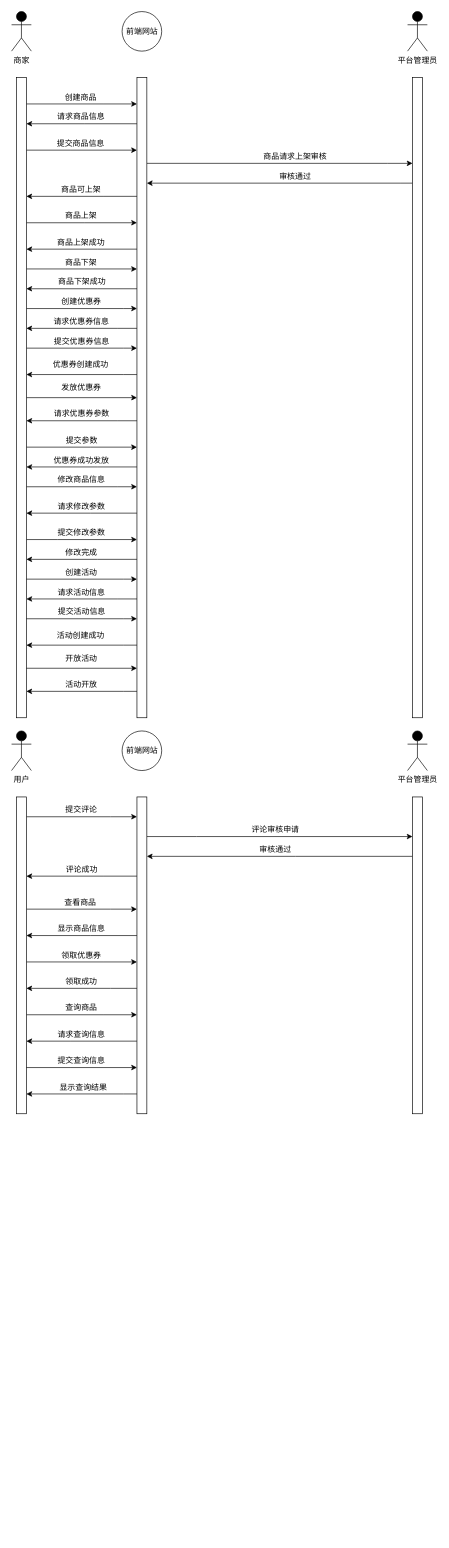
Before: 软工导论小组作业/动态模型.drawio in app1echip/grams, a draw.io diagram. Source tidied: cells renumbered, new cells numbered last; positions are measured from the earlier drawing's top-left corner, leaving out a move shared by most shapes. Both pictures are drawn from the tidied source at 66%, with x=0, y=0 at pixel (11, 11).
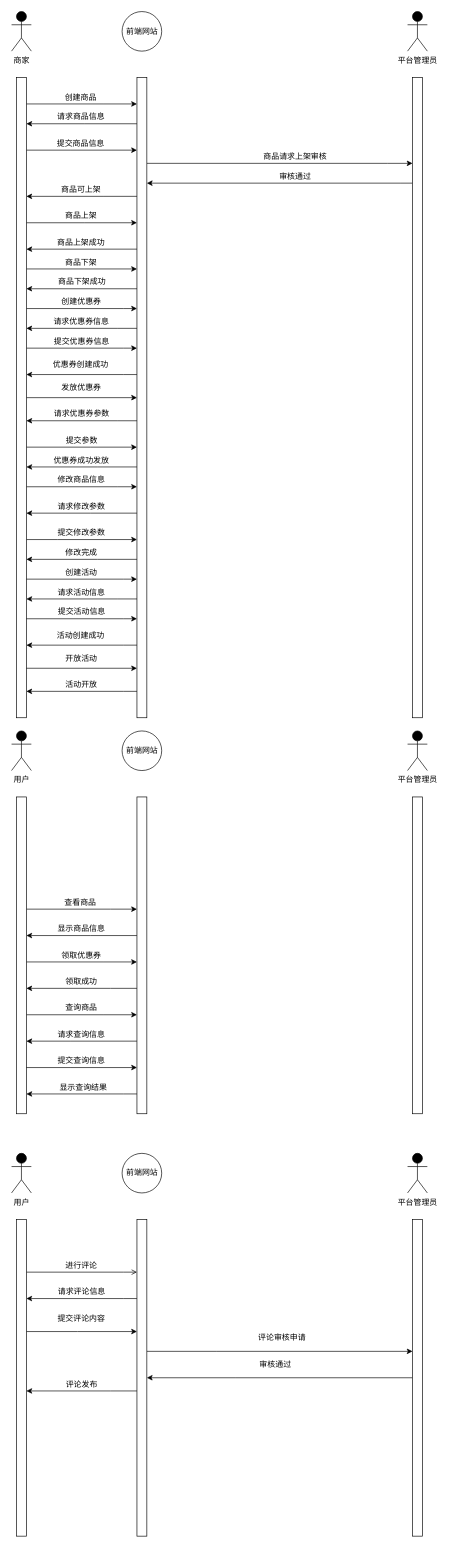
After the change.

Unchanged cells that the change refers to:
```xml
<mxCell id="22" style="rounded=0;whiteSpace=wrap;html=1;" parent="1" vertex="1">
  <mxGeometry x="7.5" y="1190" width="15" height="480" as="geometry" />
</mxCell>
<mxCell id="57" style="rounded=0;whiteSpace=wrap;html=1;" parent="1" vertex="1">
  <mxGeometry x="607.5" y="1190" width="15" height="480" as="geometry" />
</mxCell>
<mxCell id="65" style="rounded=0;whiteSpace=wrap;html=1;" parent="1" vertex="1">
  <mxGeometry x="190" y="1190" width="15" height="480" as="geometry" />
</mxCell>
```

The edit, as a diff of the source:
```diff
@@
-    <mxCell id="18" style="edgeStyle=orthogonalEdgeStyle;rounded=0;jettySize=auto;html=1;" parent="1" edge="1" source="22" target="65">
-      <mxGeometry relative="1" as="geometry">
-        <Array as="points">
-          <mxPoint x="150" y="1220" />
-          <mxPoint x="150" y="1220" />
-        </Array>
-      </mxGeometry>
-    </mxCell>
@@
-    <mxCell id="56" style="edgeStyle=orthogonalEdgeStyle;rounded=0;jettySize=auto;html=1;" parent="1" edge="1" source="57" target="65">
-      <mxGeometry relative="1" as="geometry">
-        <Array as="points">
-          <mxPoint x="430" y="1280" />
-          <mxPoint x="430" y="1280" />
-        </Array>
-      </mxGeometry>
-    </mxCell>
@@
-    <mxCell id="58" style="edgeStyle=orthogonalEdgeStyle;rounded=0;jettySize=auto;html=1;" parent="1" edge="1" source="65" target="57">
-      <mxGeometry relative="1" as="geometry">
-        <Array as="points">
-          <mxPoint x="280" y="1250" />
-          <mxPoint x="280" y="1250" />
-        </Array>
-      </mxGeometry>
-    </mxCell>
-    <mxCell id="59" style="edgeStyle=orthogonalEdgeStyle;rounded=0;jettySize=auto;html=1;" parent="1" edge="1" source="65" target="22">
-      <mxGeometry relative="1" as="geometry">
-        <Array as="points">
-          <mxPoint x="140" y="1310" />
-          <mxPoint x="140" y="1310" />
-        </Array>
-      </mxGeometry>
-    </mxCell>
@@
-    <mxCell id="66" value="提交评论" style="text;html=1;strokeColor=none;fillColor=none;align=center;verticalAlign=middle;whiteSpace=wrap;rounded=0;" parent="1" vertex="1">
-      <mxGeometry x="74.2" y="1200" width="64" height="20" as="geometry" />
-    </mxCell>
-    <mxCell id="67" value="评论审核申请" style="text;html=1;strokeColor=none;fillColor=none;align=center;verticalAlign=middle;whiteSpace=wrap;rounded=0;" parent="1" vertex="1">
-      <mxGeometry x="360" y="1230" width="80" height="20" as="geometry" />
-    </mxCell>
-    <mxCell id="68" value="审核通过" style="text;html=1;strokeColor=none;fillColor=none;align=center;verticalAlign=middle;whiteSpace=wrap;rounded=0;" parent="1" vertex="1">
-      <mxGeometry x="370" y="1260" width="60" height="20" as="geometry" />
-    </mxCell>
-    <mxCell id="69" value="评论成功" style="text;html=1;strokeColor=none;fillColor=none;align=center;verticalAlign=middle;whiteSpace=wrap;rounded=0;" parent="1" vertex="1">
-      <mxGeometry x="78.8" y="1290" width="55" height="20" as="geometry" />
-    </mxCell>
@@
+    <mxCell id="94" style="edgeStyle=orthogonalEdgeStyle;rounded=0;jettySize=auto;html=1;" parent="1" edge="1" source="97" target="105">
+      <mxGeometry relative="1" as="geometry">
+        <Array as="points">
+          <mxPoint x="100" y="2000" />
+          <mxPoint x="100" y="2000" />
+        </Array>
+      </mxGeometry>
+    </mxCell>
+    <mxCell id="95" style="edgeStyle=orthogonalEdgeStyle;rounded=0;jettySize=auto;html=1;startArrow=classic;startFill=1;endArrow=none;endFill=0;" parent="1" edge="1" source="97" target="105">
+      <mxGeometry relative="1" as="geometry">
+        <Array as="points">
+          <mxPoint x="170" y="1950" />
+          <mxPoint x="170" y="1950" />
+        </Array>
+      </mxGeometry>
+    </mxCell>
+    <mxCell id="96" style="edgeStyle=orthogonalEdgeStyle;rounded=0;jettySize=auto;html=1;startArrow=none;startFill=0;endArrow=open;endFill=0;" parent="1" edge="1" source="97" target="105">
+      <mxGeometry relative="1" as="geometry">
+        <Array as="points">
+          <mxPoint x="170" y="1910" />
+          <mxPoint x="170" y="1910" />
+        </Array>
+      </mxGeometry>
+    </mxCell>
+    <mxCell id="97" style="rounded=0;whiteSpace=wrap;html=1;" parent="1" vertex="1">
+      <mxGeometry x="7.5" y="1830" width="15" height="480" as="geometry" />
+    </mxCell>
+    <mxCell id="98" value="用户" style="shape=umlActor;verticalLabelPosition=bottom;verticalAlign=top;html=1;fillColor=#000000;" parent="1" vertex="1">
+      <mxGeometry y="1730" width="30" height="60" as="geometry" />
+    </mxCell>
+    <mxCell id="99" value="平台管理员" style="shape=umlActor;verticalLabelPosition=bottom;verticalAlign=top;html=1;fillColor=#000000;" parent="1" vertex="1">
+      <mxGeometry x="600" y="1730" width="30" height="60" as="geometry" />
+    </mxCell>
+    <mxCell id="100" value="前端网站" style="ellipse;whiteSpace=wrap;html=1;" parent="1" vertex="1">
+      <mxGeometry x="167.5" y="1730" width="60" height="60" as="geometry" />
+    </mxCell>
+    <mxCell id="101" style="edgeStyle=orthogonalEdgeStyle;rounded=0;jettySize=auto;html=1;" parent="1" edge="1" source="102" target="105">
+      <mxGeometry relative="1" as="geometry">
+        <Array as="points">
+          <mxPoint x="340" y="2070" />
+          <mxPoint x="340" y="2070" />
+        </Array>
+      </mxGeometry>
+    </mxCell>
+    <mxCell id="102" style="rounded=0;whiteSpace=wrap;html=1;" parent="1" vertex="1">
+      <mxGeometry x="607.5" y="1830" width="15" height="480" as="geometry" />
+    </mxCell>
+    <mxCell id="103" style="edgeStyle=orthogonalEdgeStyle;rounded=0;jettySize=auto;html=1;" parent="1" edge="1" source="105" target="102">
+      <mxGeometry relative="1" as="geometry">
+        <Array as="points">
+          <mxPoint x="310" y="2030" />
+          <mxPoint x="310" y="2030" />
+        </Array>
+      </mxGeometry>
+    </mxCell>
+    <mxCell id="104" style="edgeStyle=orthogonalEdgeStyle;rounded=0;jettySize=auto;html=1;" parent="1" edge="1" source="105" target="97">
+      <mxGeometry relative="1" as="geometry">
+        <Array as="points">
+          <mxPoint x="150" y="2090" />
+          <mxPoint x="150" y="2090" />
+        </Array>
+      </mxGeometry>
+    </mxCell>
+    <mxCell id="105" style="rounded=0;whiteSpace=wrap;html=1;" parent="1" vertex="1">
+      <mxGeometry x="190" y="1830" width="15" height="480" as="geometry" />
+    </mxCell>
+    <mxCell id="106" value="提交评论内容" style="text;html=1;strokeColor=none;fillColor=none;align=center;verticalAlign=middle;whiteSpace=wrap;rounded=0;" parent="1" vertex="1">
+      <mxGeometry x="68.4" y="1970" width="75.8" height="20" as="geometry" />
+    </mxCell>
+    <mxCell id="67" value="评论审核申请" style="text;html=1;strokeColor=none;fillColor=none;align=center;verticalAlign=middle;whiteSpace=wrap;rounded=0;" parent="1" vertex="1">
+      <mxGeometry x="370" y="2000" width="80" height="20" as="geometry" />
+    </mxCell>
+    <mxCell id="68" value="审核通过" style="text;html=1;strokeColor=none;fillColor=none;align=center;verticalAlign=middle;whiteSpace=wrap;rounded=0;" parent="1" vertex="1">
+      <mxGeometry x="370" y="2040" width="60" height="20" as="geometry" />
+    </mxCell>
+    <mxCell id="107" value="评论发布" style="text;html=1;strokeColor=none;fillColor=none;align=center;verticalAlign=middle;whiteSpace=wrap;rounded=0;" parent="1" vertex="1">
+      <mxGeometry x="78.8" y="2070" width="55" height="20" as="geometry" />
+    </mxCell>
+    <mxCell id="108" value="进行评论" style="text;html=1;strokeColor=none;fillColor=none;align=center;verticalAlign=middle;whiteSpace=wrap;rounded=0;" parent="1" vertex="1">
+      <mxGeometry x="69.2" y="1890" width="74" height="20" as="geometry" />
+    </mxCell>
+    <mxCell id="109" value="请求评论信息" style="text;html=1;strokeColor=none;fillColor=none;align=center;verticalAlign=middle;whiteSpace=wrap;rounded=0;" parent="1" vertex="1">
+      <mxGeometry x="65.9" y="1930" width="80.8" height="20" as="geometry" />
+    </mxCell>
```
